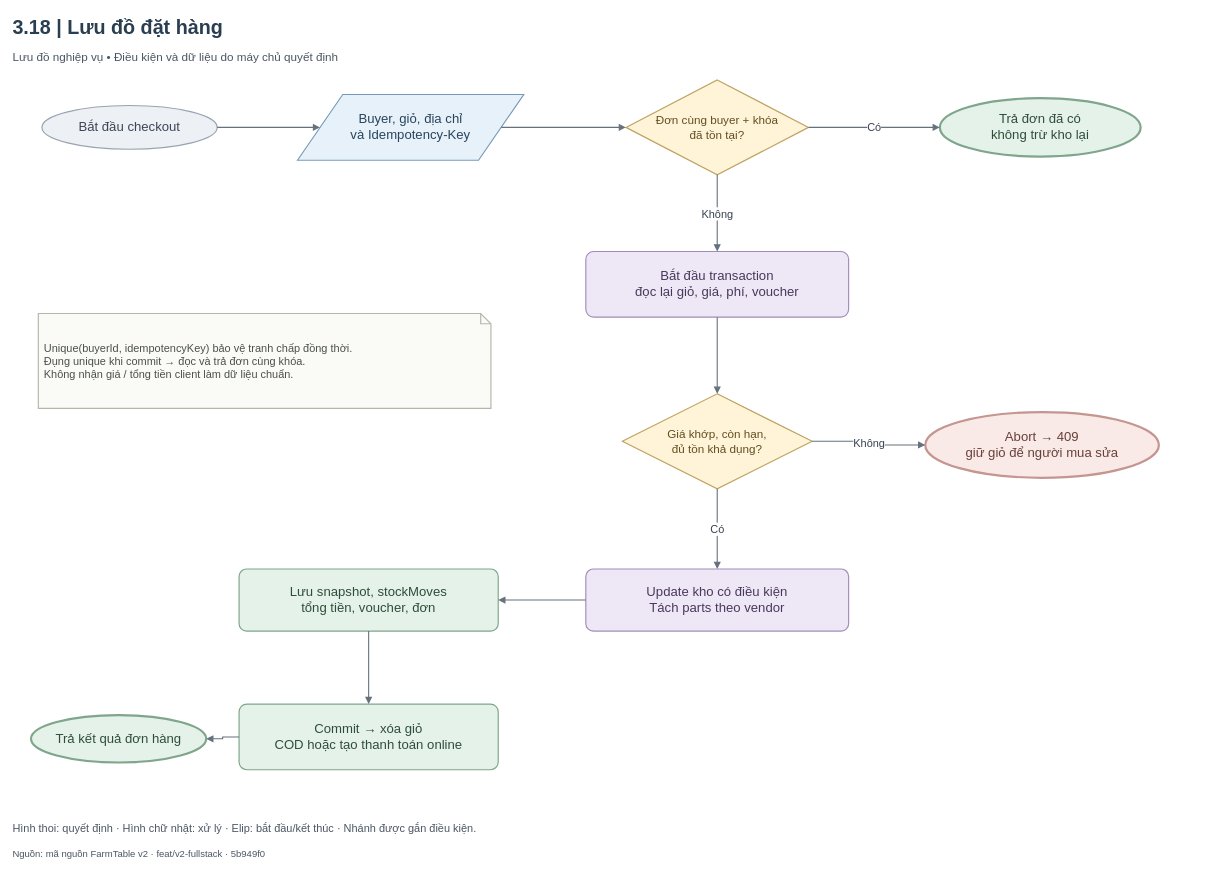
The draw.io diagram FarmTable_Chuong3/So_do_BA/drawio/Hinh_3_18.drawio in hathu1272006-eng/PTWnangcao, before the edit. Source tidied: cells renumbered, new cells numbered last; positions are measured from the earlier drawing's top-left corner, leaving out a move shared by most shapes. Both pictures are drawn from the tidied source at 73%, with x=0, y=0 at pixel (12, 12).
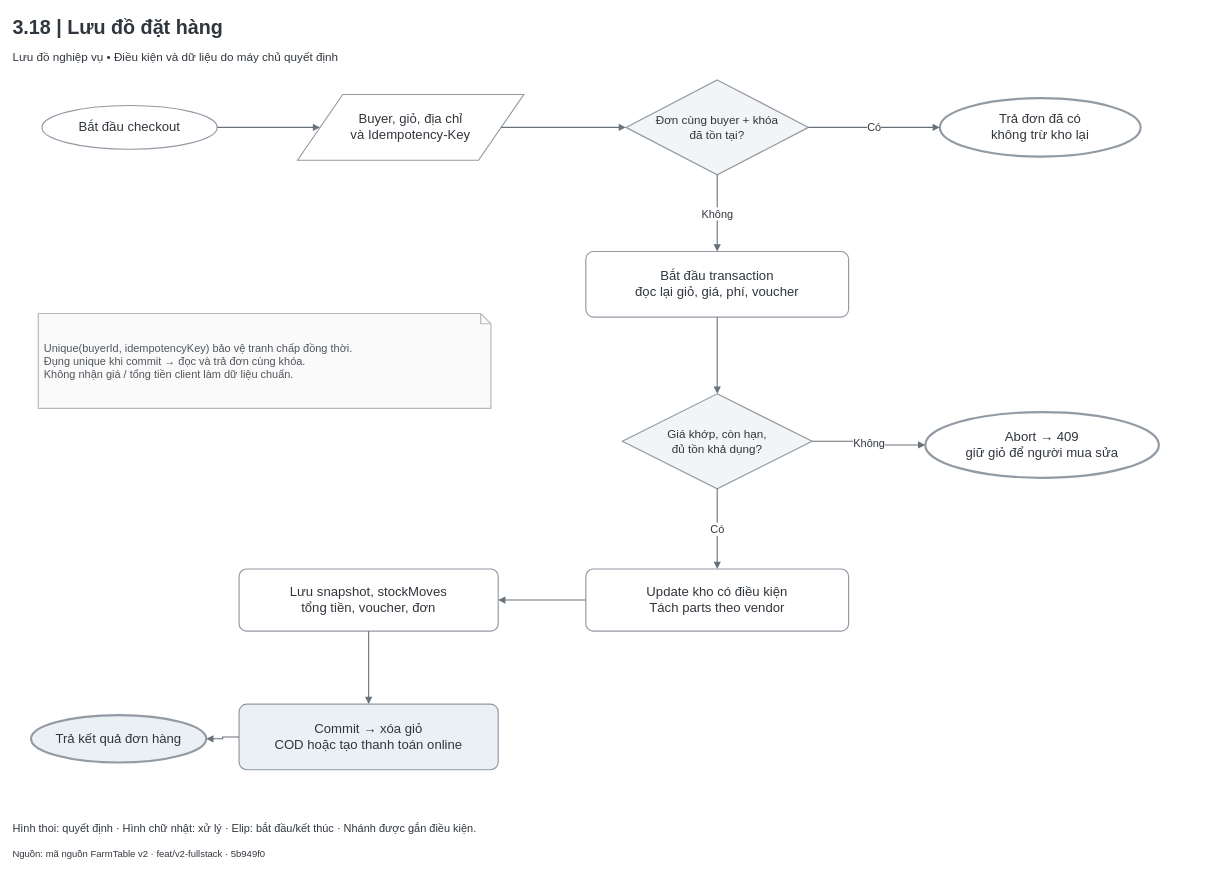
Above is the later version.

The edit, as a diff of the source:
```diff
@@
-    <mxCell id="2" value="3.18  |  Lưu đồ đặt hàng" style="html=1;whiteSpace=wrap;fontFamily=Arial;fontSize=18;strokeColor=#245C47;strokeWidth=1.6;fillColor=#FFFFFF;spacing=8;text;strokeColor=none;fillColor=none;align=left;verticalAlign=middle;fontSize=27;fontStyle=1;spacing=0;fontColor=#293E50;" parent="1" vertex="1">
+    <mxCell id="2" value="3.18  |  Lưu đồ đặt hàng" style="html=1;whiteSpace=wrap;fontFamily=Arial;fontSize=18;strokeColor=#245C47;strokeWidth=1.6;fillColor=#FFFFFF;spacing=8;text;strokeColor=none;fillColor=none;align=left;verticalAlign=middle;fontSize=27;fontStyle=1;spacing=0;fontColor=#30363D;" parent="1" vertex="1">
       <mxGeometry width="1640" height="40" as="geometry" />
     </mxCell>
-    <mxCell id="3" value="Lưu đồ nghiệp vụ  •  Điều kiện và dữ liệu do máy chủ quyết định" style="html=1;whiteSpace=wrap;fontFamily=Arial;fontSize=18;strokeColor=#245C47;strokeWidth=1.6;fillColor=#FFFFFF;spacing=8;text;strokeColor=none;fillColor=none;align=left;verticalAlign=middle;fontSize=16;fontStyle=0;spacing=0;fontColor=#4A5563;" parent="1" vertex="1">
+    <mxCell id="3" value="Lưu đồ nghiệp vụ  •  Điều kiện và dữ liệu do máy chủ quyết định" style="html=1;whiteSpace=wrap;fontFamily=Arial;fontSize=18;strokeColor=#245C47;strokeWidth=1.6;fillColor=#FFFFFF;spacing=8;text;strokeColor=none;fillColor=none;align=left;verticalAlign=middle;fontSize=16;fontStyle=0;spacing=0;fontColor=#30363D;" parent="1" vertex="1">
       <mxGeometry y="47" width="1640" height="28" as="geometry" />
     </mxCell>
-    <mxCell id="4" value="Bắt đầu checkout" style="html=1;whiteSpace=wrap;fontFamily=Arial;fontSize=18;strokeWidth=1.6;spacing=8;ellipse;fillColor=#EDF0F4;strokeColor=#98A3B1;fontColor=#3B4655;" parent="1" vertex="1">
+    <mxCell id="4" value="Bắt đầu checkout" style="html=1;whiteSpace=wrap;fontFamily=Arial;fontSize=18;strokeWidth=1.6;spacing=8;ellipse;fillColor=#FFFFFF;strokeColor=#929AA3;fontColor=#30363D;" parent="1" vertex="1">
       <mxGeometry x="40" y="127" width="240" height="60" as="geometry" />
     </mxCell>
-    <mxCell id="5" value="Buyer, giỏ, địa chỉ&lt;br/&gt;và Idempotency-Key" style="html=1;whiteSpace=wrap;fontFamily=Arial;fontSize=18;strokeWidth=1.6;spacing=8;shape=parallelogram;perimeter=parallelogramPerimeter;fillColor=#E7F1FA;strokeColor=#789AB8;fontColor=#29445A;" parent="1" vertex="1">
+    <mxCell id="5" value="Buyer, giỏ, địa chỉ&lt;br/&gt;và Idempotency-Key" style="html=1;whiteSpace=wrap;fontFamily=Arial;fontSize=18;strokeWidth=1.6;spacing=8;shape=parallelogram;perimeter=parallelogramPerimeter;fillColor=#FFFFFF;strokeColor=#929AA3;fontColor=#30363D;" parent="1" vertex="1">
       <mxGeometry x="390" y="112" width="310" height="90" as="geometry" />
     </mxCell>
-    <mxCell id="6" value="Đơn cùng buyer + khóa&lt;br/&gt;đã tồn tại?" style="html=1;whiteSpace=wrap;fontFamily=Arial;fontSize=18;strokeWidth=1.6;spacing=8;rhombus;fontSize=16;spacing=3;fillColor=#FFF4D8;strokeColor=#BEA363;fontColor=#624E22;" parent="1" vertex="1">
+    <mxCell id="6" value="Đơn cùng buyer + khóa&lt;br/&gt;đã tồn tại?" style="html=1;whiteSpace=wrap;fontFamily=Arial;fontSize=18;strokeWidth=1.6;spacing=8;rhombus;fontSize=16;spacing=3;fillColor=#F3F4F5;strokeColor=#929AA3;fontColor=#30363D;" parent="1" vertex="1">
       <mxGeometry x="840" y="92" width="250" height="130" as="geometry" />
     </mxCell>
-    <mxCell id="7" value="Trả đơn đã có&lt;br/&gt;không trừ kho lại" style="html=1;whiteSpace=wrap;fontFamily=Arial;fontSize=18;strokeWidth=1.6;spacing=8;ellipse;strokeWidth=3;fillColor=#E4F2E9;strokeColor=#7FA58B;fontColor=#304D3A;" parent="1" vertex="1">
+    <mxCell id="7" value="Trả đơn đã có&lt;br/&gt;không trừ kho lại" style="html=1;whiteSpace=wrap;fontFamily=Arial;fontSize=18;strokeWidth=1.6;spacing=8;ellipse;strokeWidth=3;fillColor=#FFFFFF;strokeColor=#929AA3;fontColor=#30363D;" parent="1" vertex="1">
       <mxGeometry x="1270" y="117" width="275" height="80" as="geometry" />
     </mxCell>
-    <mxCell id="8" value="Bắt đầu transaction&lt;br/&gt;đọc lại giỏ, giá, phí, voucher" style="html=1;whiteSpace=wrap;fontFamily=Arial;fontSize=18;strokeWidth=1.6;spacing=8;rounded=1;arcSize=12;fillColor=#EEE8F6;strokeColor=#A28DB9;fontColor=#49385B;" parent="1" vertex="1">
+    <mxCell id="8" value="Bắt đầu transaction&lt;br/&gt;đọc lại giỏ, giá, phí, voucher" style="html=1;whiteSpace=wrap;fontFamily=Arial;fontSize=18;strokeWidth=1.6;spacing=8;rounded=1;arcSize=12;fillColor=#FFFFFF;strokeColor=#929AA3;fontColor=#30363D;" parent="1" vertex="1">
       <mxGeometry x="785" y="327" width="360" height="90" as="geometry" />
     </mxCell>
-    <mxCell id="9" value="Giá khớp, còn hạn,&lt;br/&gt;đủ tồn khả dụng?" style="html=1;whiteSpace=wrap;fontFamily=Arial;fontSize=18;strokeWidth=1.6;spacing=8;rhombus;fontSize=16;spacing=3;fillColor=#FFF4D8;strokeColor=#BEA363;fontColor=#624E22;" parent="1" vertex="1">
+    <mxCell id="9" value="Giá khớp, còn hạn,&lt;br/&gt;đủ tồn khả dụng?" style="html=1;whiteSpace=wrap;fontFamily=Arial;fontSize=18;strokeWidth=1.6;spacing=8;rhombus;fontSize=16;spacing=3;fillColor=#F3F4F5;strokeColor=#929AA3;fontColor=#30363D;" parent="1" vertex="1">
       <mxGeometry x="835" y="522" width="260" height="130" as="geometry" />
     </mxCell>
-    <mxCell id="10" value="Abort → 409&lt;br/&gt;giữ giỏ để người mua sửa" style="html=1;whiteSpace=wrap;fontFamily=Arial;fontSize=18;strokeWidth=1.6;spacing=8;ellipse;strokeWidth=3;fillColor=#F9E9E7;strokeColor=#C59590;fontColor=#67413C;" parent="1" vertex="1">
+    <mxCell id="10" value="Abort → 409&lt;br/&gt;giữ giỏ để người mua sửa" style="html=1;whiteSpace=wrap;fontFamily=Arial;fontSize=18;strokeWidth=1.6;spacing=8;ellipse;strokeWidth=3;fillColor=#FFFFFF;strokeColor=#929AA3;fontColor=#30363D;" parent="1" vertex="1">
       <mxGeometry x="1250" y="547" width="320" height="90" as="geometry" />
     </mxCell>
-    <mxCell id="11" value="Update kho có điều kiện&lt;br/&gt;Tách parts theo vendor" style="html=1;whiteSpace=wrap;fontFamily=Arial;fontSize=18;strokeWidth=1.6;spacing=8;rounded=1;arcSize=12;fillColor=#EEE8F6;strokeColor=#A28DB9;fontColor=#49385B;" parent="1" vertex="1">
+    <mxCell id="11" value="Update kho có điều kiện&lt;br/&gt;Tách parts theo vendor" style="html=1;whiteSpace=wrap;fontFamily=Arial;fontSize=18;strokeWidth=1.6;spacing=8;rounded=1;arcSize=12;fillColor=#FFFFFF;strokeColor=#929AA3;fontColor=#30363D;" parent="1" vertex="1">
       <mxGeometry x="785" y="762" width="360" height="85" as="geometry" />
     </mxCell>
-    <mxCell id="12" value="Lưu snapshot, stockMoves&lt;br/&gt;tổng tiền, voucher, đơn" style="html=1;whiteSpace=wrap;fontFamily=Arial;fontSize=18;strokeWidth=1.6;spacing=8;rounded=1;arcSize=12;fillColor=#E4F2E9;strokeColor=#7FA58B;fontColor=#304D3A;" parent="1" vertex="1">
+    <mxCell id="12" value="Lưu snapshot, stockMoves&lt;br/&gt;tổng tiền, voucher, đơn" style="html=1;whiteSpace=wrap;fontFamily=Arial;fontSize=18;strokeWidth=1.6;spacing=8;rounded=1;arcSize=12;fillColor=#FFFFFF;strokeColor=#929AA3;fontColor=#30363D;" parent="1" vertex="1">
       <mxGeometry x="310" y="762" width="355" height="85" as="geometry" />
     </mxCell>
-    <mxCell id="13" value="Commit → xóa giỏ&lt;br/&gt;COD hoặc tạo thanh toán online" style="html=1;whiteSpace=wrap;fontFamily=Arial;fontSize=18;strokeWidth=1.6;spacing=8;rounded=1;arcSize=12;fillColor=#E4F2E9;strokeColor=#7FA58B;fontColor=#304D3A;" parent="1" vertex="1">
+    <mxCell id="13" value="Commit → xóa giỏ&lt;br/&gt;COD hoặc tạo thanh toán online" style="html=1;whiteSpace=wrap;fontFamily=Arial;fontSize=18;strokeWidth=1.6;spacing=8;rounded=1;arcSize=12;fillColor=#EAF0F3;strokeColor=#929AA3;fontColor=#30363D;" parent="1" vertex="1">
       <mxGeometry x="310" y="947" width="355" height="90" as="geometry" />
     </mxCell>
-    <mxCell id="14" value="Trả kết quả đơn hàng" style="html=1;whiteSpace=wrap;fontFamily=Arial;fontSize=18;strokeWidth=1.6;spacing=8;ellipse;strokeWidth=3;fillColor=#E4F2E9;strokeColor=#7FA58B;fontColor=#304D3A;" parent="1" vertex="1">
+    <mxCell id="14" value="Trả kết quả đơn hàng" style="html=1;whiteSpace=wrap;fontFamily=Arial;fontSize=18;strokeWidth=1.6;spacing=8;ellipse;strokeWidth=3;fillColor=#EAF0F3;strokeColor=#929AA3;fontColor=#30363D;" parent="1" vertex="1">
       <mxGeometry x="25" y="962" width="240" height="65" as="geometry" />
     </mxCell>
-    <mxCell id="15" style="edgeStyle=orthogonalEdgeStyle;rounded=0;jettySize=20;html=1;fontFamily=Arial;fontSize=15;labelBackgroundColor=#FFFFFF;strokeWidth=1.5;endArrow=block;endFill=1;exitX=1;exitY=0.5;entryX=0;entryY=0.5;exitDx=0;exitDy=0;entryDx=0;entryDy=0;strokeColor=#65717D;fontColor=#364152;" parent="1" edge="1" source="4" target="5">
+    <mxCell id="15" style="edgeStyle=orthogonalEdgeStyle;rounded=0;jettySize=20;html=1;fontFamily=Arial;fontSize=15;labelBackgroundColor=#FFFFFF;strokeWidth=1.5;endArrow=block;endFill=1;exitX=1;exitY=0.5;entryX=0;entryY=0.5;exitDx=0;exitDy=0;entryDx=0;entryDy=0;strokeColor=#68717A;fontColor=#30363D;" parent="1" edge="1" source="4" target="5">
       <mxGeometry relative="1" as="geometry" />
     </mxCell>
-    <mxCell id="16" style="edgeStyle=orthogonalEdgeStyle;rounded=0;jettySize=20;html=1;fontFamily=Arial;fontSize=15;labelBackgroundColor=#FFFFFF;strokeWidth=1.5;endArrow=block;endFill=1;exitX=1;exitY=0.5;entryX=0;entryY=0.5;exitDx=0;exitDy=0;entryDx=0;entryDy=0;strokeColor=#65717D;fontColor=#364152;" parent="1" edge="1" source="5" target="6">
+    <mxCell id="16" style="edgeStyle=orthogonalEdgeStyle;rounded=0;jettySize=20;html=1;fontFamily=Arial;fontSize=15;labelBackgroundColor=#FFFFFF;strokeWidth=1.5;endArrow=block;endFill=1;exitX=1;exitY=0.5;entryX=0;entryY=0.5;exitDx=0;exitDy=0;entryDx=0;entryDy=0;strokeColor=#68717A;fontColor=#30363D;" parent="1" edge="1" source="5" target="6">
       <mxGeometry relative="1" as="geometry" />
     </mxCell>
-    <mxCell id="17" value="Có" style="edgeStyle=orthogonalEdgeStyle;rounded=0;jettySize=20;html=1;fontFamily=Arial;fontSize=15;labelBackgroundColor=#FFFFFF;strokeWidth=1.5;endArrow=block;endFill=1;exitX=1;exitY=0.5;entryX=0;entryY=0.5;exitDx=0;exitDy=0;entryDx=0;entryDy=0;strokeColor=#65717D;fontColor=#364152;" parent="1" edge="1" source="6" target="7">
+    <mxCell id="17" value="Có" style="edgeStyle=orthogonalEdgeStyle;rounded=0;jettySize=20;html=1;fontFamily=Arial;fontSize=15;labelBackgroundColor=#FFFFFF;strokeWidth=1.5;endArrow=block;endFill=1;exitX=1;exitY=0.5;entryX=0;entryY=0.5;exitDx=0;exitDy=0;entryDx=0;entryDy=0;strokeColor=#68717A;fontColor=#30363D;" parent="1" edge="1" source="6" target="7">
       <mxGeometry relative="1" as="geometry" />
     </mxCell>
-    <mxCell id="18" value="Không" style="edgeStyle=orthogonalEdgeStyle;rounded=0;jettySize=20;html=1;fontFamily=Arial;fontSize=15;labelBackgroundColor=#FFFFFF;strokeWidth=1.5;endArrow=block;endFill=1;exitX=0.5;exitY=1;entryX=0.5;entryY=0;exitDx=0;exitDy=0;entryDx=0;entryDy=0;strokeColor=#65717D;fontColor=#364152;" parent="1" edge="1" source="6" target="8">
+    <mxCell id="18" value="Không" style="edgeStyle=orthogonalEdgeStyle;rounded=0;jettySize=20;html=1;fontFamily=Arial;fontSize=15;labelBackgroundColor=#FFFFFF;strokeWidth=1.5;endArrow=block;endFill=1;exitX=0.5;exitY=1;entryX=0.5;entryY=0;exitDx=0;exitDy=0;entryDx=0;entryDy=0;strokeColor=#68717A;fontColor=#30363D;" parent="1" edge="1" source="6" target="8">
       <mxGeometry relative="1" as="geometry" />
     </mxCell>
-    <mxCell id="19" style="edgeStyle=orthogonalEdgeStyle;rounded=0;jettySize=20;html=1;fontFamily=Arial;fontSize=15;labelBackgroundColor=#FFFFFF;strokeWidth=1.5;endArrow=block;endFill=1;exitX=0.5;exitY=1;entryX=0.5;entryY=0;exitDx=0;exitDy=0;entryDx=0;entryDy=0;strokeColor=#65717D;fontColor=#364152;" parent="1" edge="1" source="8" target="9">
+    <mxCell id="19" style="edgeStyle=orthogonalEdgeStyle;rounded=0;jettySize=20;html=1;fontFamily=Arial;fontSize=15;labelBackgroundColor=#FFFFFF;strokeWidth=1.5;endArrow=block;endFill=1;exitX=0.5;exitY=1;entryX=0.5;entryY=0;exitDx=0;exitDy=0;entryDx=0;entryDy=0;strokeColor=#68717A;fontColor=#30363D;" parent="1" edge="1" source="8" target="9">
       <mxGeometry relative="1" as="geometry" />
     </mxCell>
-    <mxCell id="20" value="Không" style="edgeStyle=orthogonalEdgeStyle;rounded=0;jettySize=20;html=1;fontFamily=Arial;fontSize=15;labelBackgroundColor=#FFFFFF;strokeWidth=1.5;endArrow=block;endFill=1;exitX=1;exitY=0.5;entryX=0;entryY=0.5;exitDx=0;exitDy=0;entryDx=0;entryDy=0;strokeColor=#65717D;fontColor=#364152;" parent="1" edge="1" source="9" target="10">
+    <mxCell id="20" value="Không" style="edgeStyle=orthogonalEdgeStyle;rounded=0;jettySize=20;html=1;fontFamily=Arial;fontSize=15;labelBackgroundColor=#FFFFFF;strokeWidth=1.5;endArrow=block;endFill=1;exitX=1;exitY=0.5;entryX=0;entryY=0.5;exitDx=0;exitDy=0;entryDx=0;entryDy=0;strokeColor=#68717A;fontColor=#30363D;" parent="1" edge="1" source="9" target="10">
       <mxGeometry relative="1" as="geometry" />
     </mxCell>
-    <mxCell id="21" value="Có" style="edgeStyle=orthogonalEdgeStyle;rounded=0;jettySize=20;html=1;fontFamily=Arial;fontSize=15;labelBackgroundColor=#FFFFFF;strokeWidth=1.5;endArrow=block;endFill=1;exitX=0.5;exitY=1;entryX=0.5;entryY=0;exitDx=0;exitDy=0;entryDx=0;entryDy=0;strokeColor=#65717D;fontColor=#364152;" parent="1" edge="1" source="9" target="11">
+    <mxCell id="21" value="Có" style="edgeStyle=orthogonalEdgeStyle;rounded=0;jettySize=20;html=1;fontFamily=Arial;fontSize=15;labelBackgroundColor=#FFFFFF;strokeWidth=1.5;endArrow=block;endFill=1;exitX=0.5;exitY=1;entryX=0.5;entryY=0;exitDx=0;exitDy=0;entryDx=0;entryDy=0;strokeColor=#68717A;fontColor=#30363D;" parent="1" edge="1" source="9" target="11">
       <mxGeometry relative="1" as="geometry" />
     </mxCell>
-    <mxCell id="22" style="edgeStyle=orthogonalEdgeStyle;rounded=0;jettySize=20;html=1;fontFamily=Arial;fontSize=15;labelBackgroundColor=#FFFFFF;strokeWidth=1.5;endArrow=block;endFill=1;exitX=0;exitY=0.5;entryX=1;entryY=0.5;exitDx=0;exitDy=0;entryDx=0;entryDy=0;strokeColor=#65717D;fontColor=#364152;" parent="1" edge="1" source="11" target="12">
+    <mxCell id="22" style="edgeStyle=orthogonalEdgeStyle;rounded=0;jettySize=20;html=1;fontFamily=Arial;fontSize=15;labelBackgroundColor=#FFFFFF;strokeWidth=1.5;endArrow=block;endFill=1;exitX=0;exitY=0.5;entryX=1;entryY=0.5;exitDx=0;exitDy=0;entryDx=0;entryDy=0;strokeColor=#68717A;fontColor=#30363D;" parent="1" edge="1" source="11" target="12">
       <mxGeometry relative="1" as="geometry" />
     </mxCell>
-    <mxCell id="23" style="edgeStyle=orthogonalEdgeStyle;rounded=0;jettySize=20;html=1;fontFamily=Arial;fontSize=15;labelBackgroundColor=#FFFFFF;strokeWidth=1.5;endArrow=block;endFill=1;exitX=0.5;exitY=1;entryX=0.5;entryY=0;exitDx=0;exitDy=0;entryDx=0;entryDy=0;strokeColor=#65717D;fontColor=#364152;" parent="1" edge="1" source="12" target="13">
+    <mxCell id="23" style="edgeStyle=orthogonalEdgeStyle;rounded=0;jettySize=20;html=1;fontFamily=Arial;fontSize=15;labelBackgroundColor=#FFFFFF;strokeWidth=1.5;endArrow=block;endFill=1;exitX=0.5;exitY=1;entryX=0.5;entryY=0;exitDx=0;exitDy=0;entryDx=0;entryDy=0;strokeColor=#68717A;fontColor=#30363D;" parent="1" edge="1" source="12" target="13">
       <mxGeometry relative="1" as="geometry" />
     </mxCell>
-    <mxCell id="24" style="edgeStyle=orthogonalEdgeStyle;rounded=0;jettySize=20;html=1;fontFamily=Arial;fontSize=15;labelBackgroundColor=#FFFFFF;strokeWidth=1.5;endArrow=block;endFill=1;exitX=0;exitY=0.5;entryX=1;entryY=0.5;exitDx=0;exitDy=0;entryDx=0;entryDy=0;strokeColor=#65717D;fontColor=#364152;" parent="1" edge="1" source="13" target="14">
+    <mxCell id="24" style="edgeStyle=orthogonalEdgeStyle;rounded=0;jettySize=20;html=1;fontFamily=Arial;fontSize=15;labelBackgroundColor=#FFFFFF;strokeWidth=1.5;endArrow=block;endFill=1;exitX=0;exitY=0.5;entryX=1;entryY=0.5;exitDx=0;exitDy=0;entryDx=0;entryDy=0;strokeColor=#68717A;fontColor=#30363D;" parent="1" edge="1" source="13" target="14">
       <mxGeometry relative="1" as="geometry" />
     </mxCell>
-    <mxCell id="25" value="Unique(buyerId, idempotencyKey) bảo vệ tranh chấp đồng thời.&lt;br/&gt;Đụng unique khi commit → đọc và trả đơn cùng khóa.&lt;br/&gt;Không nhận giá / tổng tiền client làm dữ liệu chuẩn." style="html=1;whiteSpace=wrap;fontFamily=Arial;fontSize=18;strokeWidth=1.6;spacing=8;shape=note;size=14;align=left;fontSize=15;fillColor=#FAFAF7;strokeColor=#B5B7AB;fontColor=#4B5049;" parent="1" vertex="1">
+    <mxCell id="25" value="Unique(buyerId, idempotencyKey) bảo vệ tranh chấp đồng thời.&lt;br/&gt;Đụng unique khi commit → đọc và trả đơn cùng khóa.&lt;br/&gt;Không nhận giá / tổng tiền client làm dữ liệu chuẩn." style="html=1;whiteSpace=wrap;fontFamily=Arial;fontSize=18;strokeWidth=1.6;spacing=8;shape=note;size=14;align=left;fontSize=15;fillColor=#FAFAFA;strokeColor=#B4B8BD;fontColor=#50565D;" parent="1" vertex="1">
       <mxGeometry x="35" y="412" width="620" height="130" as="geometry" />
     </mxCell>
-    <mxCell id="26" value="Hình thoi: quyết định · Hình chữ nhật: xử lý · Elip: bắt đầu/kết thúc · Nhánh được gắn điều kiện." style="html=1;whiteSpace=wrap;fontFamily=Arial;fontSize=18;strokeColor=#245C47;strokeWidth=1.6;fillColor=#FFFFFF;spacing=8;text;strokeColor=none;fillColor=none;align=left;verticalAlign=middle;fontSize=15;fontStyle=0;spacing=0;fontColor=#4A5563;" parent="1" vertex="1">
+    <mxCell id="26" value="Hình thoi: quyết định · Hình chữ nhật: xử lý · Elip: bắt đầu/kết thúc · Nhánh được gắn điều kiện." style="html=1;whiteSpace=wrap;fontFamily=Arial;fontSize=18;strokeColor=#245C47;strokeWidth=1.6;fillColor=#FFFFFF;spacing=8;text;strokeColor=none;fillColor=none;align=left;verticalAlign=middle;fontSize=15;fontStyle=0;spacing=0;fontColor=#30363D;" parent="1" vertex="1">
       <mxGeometry y="1099" width="1640" height="35" as="geometry" />
     </mxCell>
-    <mxCell id="27" value="Nguồn: mã nguồn FarmTable v2 · feat/v2-fullstack · 5b949f0" style="html=1;whiteSpace=wrap;fontFamily=Arial;fontSize=18;strokeColor=#245C47;strokeWidth=1.6;fillColor=#FFFFFF;spacing=8;text;strokeColor=none;fillColor=none;align=left;verticalAlign=middle;fontSize=13;fontStyle=0;spacing=0;fontColor=#4A5563;" parent="1" vertex="1">
+    <mxCell id="27" value="Nguồn: mã nguồn FarmTable v2 · feat/v2-fullstack · 5b949f0" style="html=1;whiteSpace=wrap;fontFamily=Arial;fontSize=18;strokeColor=#245C47;strokeWidth=1.6;fillColor=#FFFFFF;spacing=8;text;strokeColor=none;fillColor=none;align=left;verticalAlign=middle;fontSize=13;fontStyle=0;spacing=0;fontColor=#30363D;" parent="1" vertex="1">
       <mxGeometry y="1140" width="1640" height="24" as="geometry" />
     </mxCell>
```
